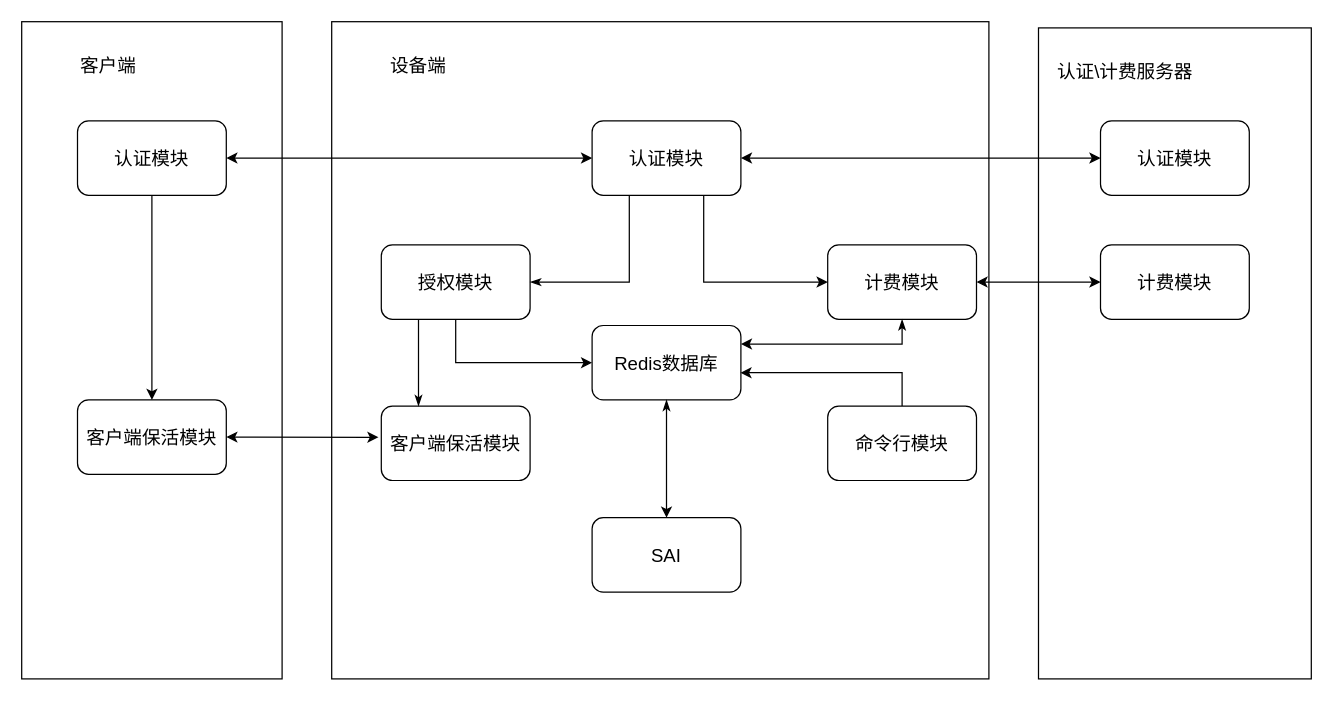
Above: 概要设计框架.drawio in PATORITU/PATORITU (draw.io), before the change. Source tidied: cells renumbered, new cells numbered last; positions are measured from the earlier drawing's top-left corner, leaving out a move shared by most shapes. Both pictures are drawn from the tidied source at 124%, with x=0, y=0 at pixel (21, 21).
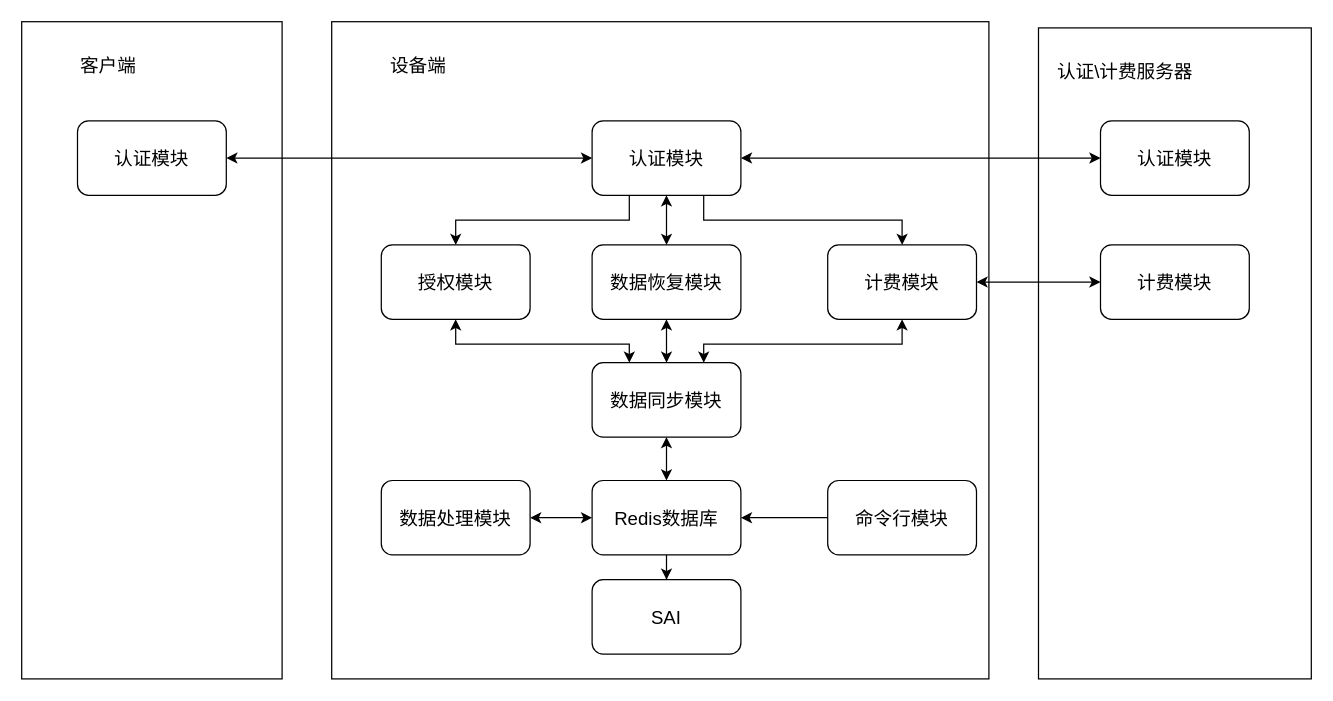
The same page after the edit.

Commit message:
更新概要设计框架.drawio

Unchanged cells that the change refers to:
```xml
<mxCell id="4" value="&lt;font style=&quot;font-size: 15px;&quot;&gt;认证模块&lt;/font&gt;" style="rounded=1;whiteSpace=wrap;html=1;" parent="1" vertex="1">
  <mxGeometry x="460" y="80" width="120" height="60" as="geometry" />
</mxCell>
<mxCell id="5" value="&lt;font style=&quot;font-size: 15px;&quot;&gt;授权模块&lt;/font&gt;" style="rounded=1;whiteSpace=wrap;html=1;" parent="1" vertex="1">
  <mxGeometry x="290" y="180" width="120" height="60" as="geometry" />
</mxCell>
<mxCell id="7" value="&lt;font style=&quot;font-size: 15px;&quot;&gt;计费模块&lt;/font&gt;" style="rounded=1;whiteSpace=wrap;html=1;" parent="1" vertex="1">
  <mxGeometry x="650" y="180" width="120" height="60" as="geometry" />
</mxCell>
<mxCell id="12" value="&lt;font style=&quot;font-size: 15px;&quot;&gt;认证模块&lt;/font&gt;" style="rounded=1;whiteSpace=wrap;html=1;" parent="1" vertex="1">
  <mxGeometry x="45" y="80" width="120" height="60" as="geometry" />
</mxCell>
```

The edit, as a diff of the source:
```diff
@@
+    <mxCell id="28" style="edgeStyle=orthogonalEdgeStyle;rounded=0;jettySize=auto;html=1;entryX=0.5;entryY=0;entryDx=0;entryDy=0;" parent="1" edge="1" source="3" target="9">
+      <mxGeometry relative="1" as="geometry" />
+    </mxCell>
     <mxCell id="3" value="&lt;font style=&quot;font-size: 15px;&quot;&gt;Redis数据库&lt;/font&gt;" style="rounded=1;whiteSpace=wrap;html=1;" parent="1" vertex="1">
-      <mxGeometry x="460" y="245" width="120" height="60" as="geometry" />
+      <mxGeometry x="460" y="370" width="120" height="60" as="geometry" />
     </mxCell>
@@
+    <mxCell id="24" style="edgeStyle=orthogonalEdgeStyle;rounded=0;jettySize=auto;html=1;exitX=0.5;exitY=0;exitDx=0;exitDy=0;entryX=0.25;entryY=1;entryDx=0;entryDy=0;startArrow=classic;startFill=1;endArrow=none;endFill=0;" parent="1" edge="1" source="5" target="4">
+      <mxGeometry relative="1" as="geometry" />
+    </mxCell>
+    <mxCell id="31" style="edgeStyle=orthogonalEdgeStyle;rounded=0;jettySize=auto;html=1;entryX=0.25;entryY=0;entryDx=0;entryDy=0;startArrow=classic;startFill=1;" parent="1" edge="1" source="5" target="40">
+      <mxGeometry relative="1" as="geometry">
+        <Array as="points">
+          <mxPoint x="350" y="260" />
+          <mxPoint x="490" y="260" />
+        </Array>
+      </mxGeometry>
+    </mxCell>
@@
-    <mxCell id="6" value="&lt;font style=&quot;font-size: 15px;&quot;&gt;客户端保活模块&lt;/font&gt;" style="rounded=1;whiteSpace=wrap;html=1;" parent="1" vertex="1">
-      <mxGeometry x="290" y="310" width="120" height="60" as="geometry" />
-    </mxCell>
+    <mxCell id="32" style="edgeStyle=orthogonalEdgeStyle;rounded=0;jettySize=auto;html=1;entryX=0.75;entryY=1;entryDx=0;entryDy=0;endArrow=none;endFill=0;startArrow=classic;startFill=1;" parent="1" edge="1" source="7" target="4">
+      <mxGeometry relative="1" as="geometry">
+        <Array as="points">
+          <mxPoint x="710" y="160" />
+          <mxPoint x="550" y="160" />
+        </Array>
+      </mxGeometry>
+    </mxCell>
+    <mxCell id="33" style="edgeStyle=orthogonalEdgeStyle;rounded=0;jettySize=auto;html=1;entryX=0.75;entryY=0;entryDx=0;entryDy=0;startArrow=classic;startFill=1;" parent="1" edge="1" source="7" target="40">
+      <mxGeometry relative="1" as="geometry">
+        <Array as="points">
+          <mxPoint x="710" y="260" />
+          <mxPoint x="550" y="260" />
+        </Array>
+      </mxGeometry>
+    </mxCell>
@@
+    <mxCell id="19" style="edgeStyle=orthogonalEdgeStyle;rounded=0;jettySize=auto;html=1;exitX=0;exitY=0.5;exitDx=0;exitDy=0;entryX=1;entryY=0.5;entryDx=0;entryDy=0;" parent="1" edge="1" source="8" target="3">
+      <mxGeometry relative="1" as="geometry" />
+    </mxCell>
     <mxCell id="8" value="&lt;font style=&quot;font-size: 15px;&quot;&gt;命令行模块&lt;/font&gt;" style="rounded=1;whiteSpace=wrap;html=1;" parent="1" vertex="1">
-      <mxGeometry x="650" y="310" width="120" height="60" as="geometry" />
+      <mxGeometry x="650" y="370" width="120" height="60" as="geometry" />
     </mxCell>
     <mxCell id="9" value="&lt;font style=&quot;font-size: 15px;&quot;&gt;SAI&lt;/font&gt;" style="rounded=1;whiteSpace=wrap;html=1;" parent="1" vertex="1">
-      <mxGeometry x="460" y="400" width="120" height="60" as="geometry" />
+      <mxGeometry x="460" y="450" width="120" height="60" as="geometry" />
     </mxCell>
@@
-    <mxCell id="11" value="&lt;font style=&quot;font-size: 15px;&quot;&gt;客户端保活模块&lt;/font&gt;" style="rounded=1;whiteSpace=wrap;html=1;" parent="1" vertex="1">
-      <mxGeometry x="45" y="305" width="120" height="60" as="geometry" />
-    </mxCell>
@@
-    <mxCell id="19" style="endArrow=classic;html=1;rounded=0;exitX=0.5;exitY=0;exitDx=0;exitDy=0;entryX=0.997;entryY=0.635;entryDx=0;entryDy=0;entryPerimeter=0;" parent="1" edge="1" source="8" target="3">
-      <mxGeometry relative="1" as="geometry">
-        <Array as="points">
-          <mxPoint x="710" y="283" />
-        </Array>
-      </mxGeometry>
-    </mxCell>
-    <mxCell id="20" style="endArrow=classic;startArrow=classic;html=1;rounded=0;exitX=1;exitY=0.5;exitDx=0;exitDy=0;entryX=-0.019;entryY=0.419;entryDx=0;entryDy=0;entryPerimeter=0;" parent="1" edge="1" source="11" target="6">
-      <mxGeometry relative="1" as="geometry" />
-    </mxCell>
@@
-    <mxCell id="24" style="endArrow=none;startArrow=classicThin;html=1;rounded=0;exitX=1;exitY=0.5;exitDx=0;exitDy=0;entryX=0.25;entryY=1;entryDx=0;entryDy=0;startFill=1;endFill=0;" parent="1" edge="1" source="5" target="4">
-      <mxGeometry relative="1" as="geometry">
-        <Array as="points">
-          <mxPoint x="490" y="210" />
-        </Array>
-      </mxGeometry>
-    </mxCell>
-    <mxCell id="25" style="endArrow=classic;startArrow=none;html=1;rounded=0;entryX=0;entryY=0.5;entryDx=0;entryDy=0;exitX=0.75;exitY=1;exitDx=0;exitDy=0;startFill=0;" parent="1" edge="1" source="4" target="7">
-      <mxGeometry relative="1" as="geometry">
-        <Array as="points">
-          <mxPoint x="550" y="210" />
-        </Array>
-      </mxGeometry>
-    </mxCell>
-    <mxCell id="26" style="endArrow=classic;startArrow=none;html=1;rounded=0;exitX=0.5;exitY=1;exitDx=0;exitDy=0;entryX=0;entryY=0.5;entryDx=0;entryDy=0;startFill=0;" parent="1" edge="1" source="5" target="3">
-      <mxGeometry relative="1" as="geometry">
-        <Array as="points">
-          <mxPoint x="350" y="275" />
-        </Array>
-      </mxGeometry>
-    </mxCell>
-    <mxCell id="27" style="endArrow=classic;html=1;rounded=0;exitX=0.5;exitY=1;exitDx=0;exitDy=0;entryX=1;entryY=0.25;entryDx=0;entryDy=0;startArrow=classicThin;startFill=1;" parent="1" edge="1" source="7" target="3">
-      <mxGeometry relative="1" as="geometry">
-        <Array as="points">
-          <mxPoint x="710" y="260" />
-        </Array>
-      </mxGeometry>
-    </mxCell>
-    <mxCell id="28" style="endArrow=classic;html=1;rounded=0;exitX=0.5;exitY=1;exitDx=0;exitDy=0;startArrow=classicThin;startFill=1;" parent="1" edge="1" source="3" target="9">
-      <mxGeometry relative="1" as="geometry" />
-    </mxCell>
-    <mxCell id="29" style="endArrow=classic;html=1;rounded=0;exitX=0.5;exitY=1;exitDx=0;exitDy=0;entryX=0.5;entryY=0;entryDx=0;entryDy=0;" parent="1" edge="1" source="12" target="11">
-      <mxGeometry relative="1" as="geometry" />
-    </mxCell>
-    <mxCell id="30" style="endArrow=none;startArrow=classicThin;html=1;rounded=0;entryX=0.25;entryY=1;entryDx=0;entryDy=0;exitX=0.25;exitY=0;exitDx=0;exitDy=0;startFill=1;endFill=0;" parent="1" edge="1" source="6" target="5">
-      <mxGeometry relative="1" as="geometry">
-        <Array as="points">
-          <mxPoint x="320" y="280" />
-        </Array>
-      </mxGeometry>
-    </mxCell>
+    <mxCell id="34" style="edgeStyle=orthogonalEdgeStyle;rounded=0;jettySize=auto;html=1;startArrow=classic;startFill=1;" parent="1" edge="1" source="36" target="4">
+      <mxGeometry relative="1" as="geometry" />
+    </mxCell>
+    <mxCell id="35" style="edgeStyle=orthogonalEdgeStyle;rounded=0;jettySize=auto;html=1;entryX=0.5;entryY=0;entryDx=0;entryDy=0;startArrow=classic;startFill=1;" parent="1" edge="1" source="36" target="40">
+      <mxGeometry relative="1" as="geometry" />
+    </mxCell>
+    <mxCell id="36" value="&lt;span style=&quot;font-size: 15px;&quot;&gt;数据恢复模块&lt;/span&gt;" style="rounded=1;whiteSpace=wrap;html=1;" parent="1" vertex="1">
+      <mxGeometry x="460" y="180" width="120" height="60" as="geometry" />
+    </mxCell>
+    <mxCell id="37" style="edgeStyle=orthogonalEdgeStyle;rounded=0;jettySize=auto;html=1;exitX=1;exitY=0.5;exitDx=0;exitDy=0;startArrow=classic;startFill=1;" parent="1" edge="1" source="38" target="3">
+      <mxGeometry relative="1" as="geometry" />
+    </mxCell>
+    <mxCell id="38" value="&lt;span style=&quot;font-size: 15px;&quot;&gt;数据处理模块&lt;/span&gt;" style="rounded=1;whiteSpace=wrap;html=1;" parent="1" vertex="1">
+      <mxGeometry x="290" y="370" width="120" height="60" as="geometry" />
+    </mxCell>
+    <mxCell id="39" style="edgeStyle=orthogonalEdgeStyle;rounded=0;jettySize=auto;html=1;entryX=0.5;entryY=0;entryDx=0;entryDy=0;startArrow=classic;startFill=1;" parent="1" edge="1" source="40" target="3">
+      <mxGeometry relative="1" as="geometry" />
+    </mxCell>
+    <mxCell id="40" value="&lt;span style=&quot;font-size: 15px;&quot;&gt;数据同步模块&lt;/span&gt;" style="rounded=1;whiteSpace=wrap;html=1;" parent="1" vertex="1">
+      <mxGeometry x="460" y="275" width="120" height="60" as="geometry" />
+    </mxCell>
```
